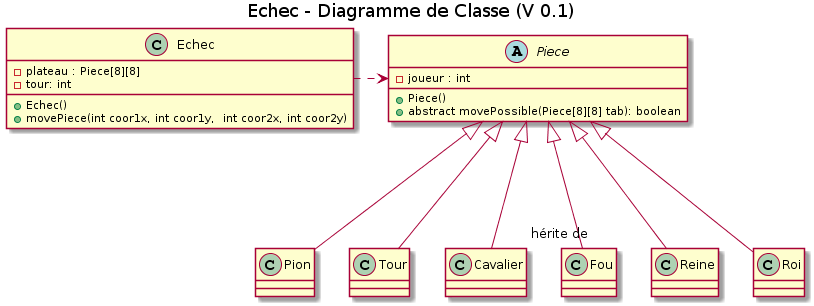
Above: Classes.png in ChuOkupai/IN404-Chess (PlantUML), before the change. Its diagram source:
```plantuml
@startuml
title Echec - Diagramme de Classe (V 0.1)

class Echec {
    -plateau : Piece[8][8]
    -tour: int
    +Echec()
    +movePiece(int coor1x, int coor1y,  int coor2x, int coor2y)
}
abstract class Piece {
    - joueur : int
    +Piece()
    +abstract movePossible(Piece[8][8] tab): boolean
}
class Pion {
}
class Tour {
}
class Cavalier {
}
class Fou {
}
class Reine {
}
class Roi {
}

Echec .right> Piece
Piece <|--- Pion
Piece <|--- Tour
Piece <|--- Cavalier
Piece <|--- "hérite de" Fou
Piece <|--- Reine
Piece <|--- Roi
@enduml
```
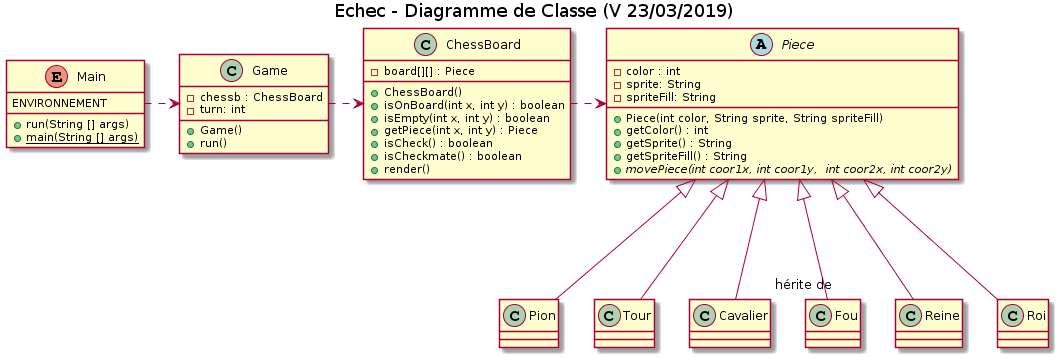
The same file after the commit.

What changed in the source:
```diff
@@ -1,35 +1,89 @@
 @startuml
-title Echec - Diagramme de Classe (V 0.1)
+title Echec - Diagramme de Classe (V 23/03/2019)
 
-class Echec {
-    -plateau : Piece[8][8]
-    -tour: int
-    +Echec()
-    +movePiece(int coor1x, int coor1y,  int coor2x, int coor2y)
-}
-abstract class Piece {
-    - joueur : int
-    +Piece()
-    +abstract movePossible(Piece[8][8] tab): boolean
-}
-class Pion {
-}
-class Tour {
-}
-class Cavalier {
-}
-class Fou {
-}
-class Reine {
-}
-class Roi {
+enum Main
+{
+    ENVIRONNEMENT
+    +run(String [] args)
+    +{static}main(String [] args)
+
 }
 
-Echec .right> Piece
+class Game {
+
+    -chessb : ChessBoard
+    -turn: int
+
+    +Game()
+    +run()
+
+
+}
+
+class ChessBoard {
+
+    -board[][] : Piece
+
+    +ChessBoard()
+    +isOnBoard(int x, int y) : boolean
+    +isEmpty(int x, int y) : boolean
+    +getPiece(int x, int y) : Piece
+    +isCheck() : boolean
+    +isCheckmate() : boolean
+    +render()
+}
+
+abstract class Piece {
+
+    -color : int
+    -sprite: String
+    -spriteFill: String
+
+    +Piece(int color, String sprite, String spriteFill)
+    +getColor() : int
+    +getSprite() : String
+    +getSpriteFill() : String
+    +{abstract}movePiece(int coor1x, int coor1y,  int coor2x, int coor2y)
+
+}
+
+class Pion {
+
+}
+
+class Tour {
+
+}
+
+class Cavalier {
+
+}
+
+class Fou {
+
+}
+
+class Reine {
+
+}
+
+class Roi {
+
+}
+
+Main .down> Game
+Game .down> ChessBoard
+ChessBoard .right> Piece
+
 Piece <|--- Pion
+
 Piece <|--- Tour
+
 Piece <|--- Cavalier
+
 Piece <|--- "hérite de" Fou
+
 Piece <|--- Reine
+
 Piece <|--- Roi
 @enduml
```
